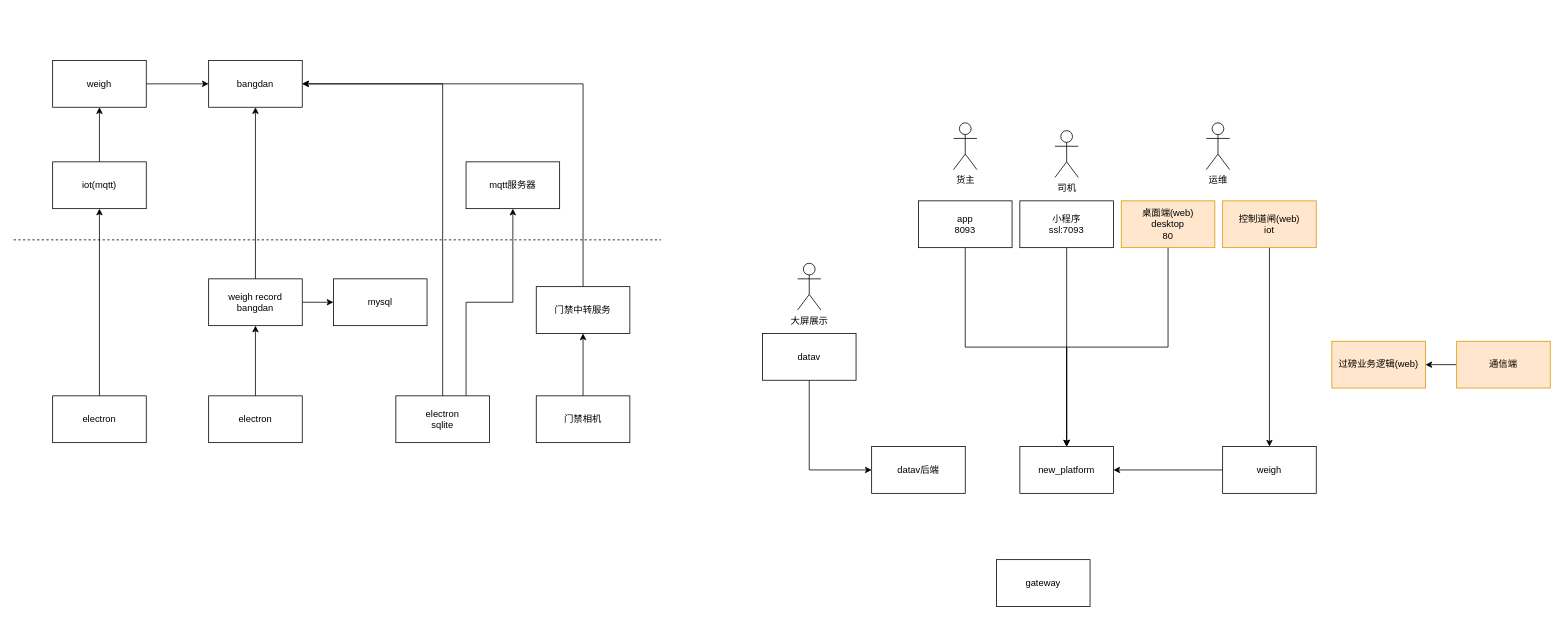
Earlier version of the draw.io diagram 互链站台网络拓扑.drawio (lipeng260/drawio). Source tidied: cells renumbered, new cells numbered last; positions are measured from the earlier drawing's top-left corner, leaving out a move shared by most shapes. Both pictures are drawn from the tidied source at 78%, with x=0, y=0 at pixel (13, 60).
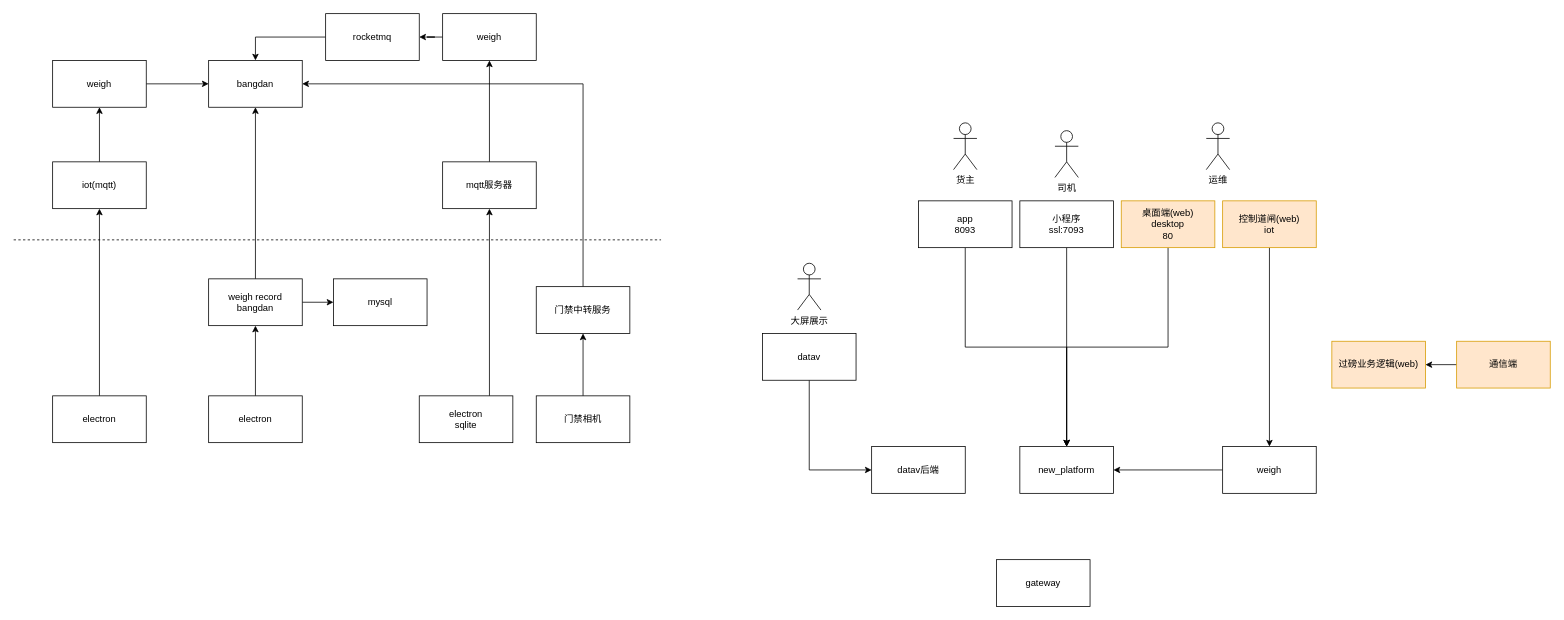
Above is the later version.

Commit message:
Update 互链站台网络拓扑.drawio

Unchanged cells that the change refers to:
```xml
<mxCell id="37" value="bangdan" style="rounded=0;whiteSpace=wrap;html=1;" parent="1" vertex="1">
  <mxGeometry x="250" width="120" height="60" as="geometry" />
</mxCell>
```

The edit, as a diff of the source:
```diff
@@
-    <mxCell id="38" style="edgeStyle=orthogonalEdgeStyle;rounded=0;jettySize=auto;html=1;exitX=0.5;exitY=0;exitDx=0;exitDy=0;entryX=1;entryY=0.5;entryDx=0;entryDy=0;" parent="1" edge="1" source="40" target="37">
-      <mxGeometry relative="1" as="geometry" />
-    </mxCell>
@@
     <mxCell id="40" value="electron&lt;br&gt;sqlite" style="rounded=0;whiteSpace=wrap;html=1;" parent="1" vertex="1">
-      <mxGeometry x="490" y="430" width="120" height="60" as="geometry" />
+      <mxGeometry x="520" y="430" width="120" height="60" as="geometry" />
     </mxCell>
@@
+    <mxCell id="46" style="edgeStyle=orthogonalEdgeStyle;rounded=0;jettySize=auto;html=1;exitX=0.5;exitY=0;exitDx=0;exitDy=0;" parent="1" edge="1" source="45" target="50">
+      <mxGeometry relative="1" as="geometry" />
+    </mxCell>
     <mxCell id="45" value="mqtt服务器" style="rounded=0;whiteSpace=wrap;html=1;" parent="1" vertex="1">
-      <mxGeometry x="580" y="130" width="120" height="60" as="geometry" />
+      <mxGeometry x="550" y="130" width="120" height="60" as="geometry" />
     </mxCell>
+    <mxCell id="47" style="edgeStyle=orthogonalEdgeStyle;rounded=0;jettySize=auto;html=1;exitX=0;exitY=0.5;exitDx=0;exitDy=0;entryX=0.5;entryY=0;entryDx=0;entryDy=0;" parent="1" edge="1" source="48" target="37">
+      <mxGeometry relative="1" as="geometry" />
+    </mxCell>
+    <mxCell id="48" value="rocketmq" style="rounded=0;whiteSpace=wrap;html=1;" parent="1" vertex="1">
+      <mxGeometry x="400" y="-60" width="120" height="60" as="geometry" />
+    </mxCell>
+    <mxCell id="49" style="edgeStyle=orthogonalEdgeStyle;rounded=0;jettySize=auto;html=1;exitX=0;exitY=0.5;exitDx=0;exitDy=0;" parent="1" edge="1" source="50" target="48">
+      <mxGeometry relative="1" as="geometry" />
+    </mxCell>
+    <mxCell id="50" value="weigh" style="rounded=0;whiteSpace=wrap;html=1;" parent="1" vertex="1">
+      <mxGeometry x="550" y="-60" width="120" height="60" as="geometry" />
+    </mxCell>
```
